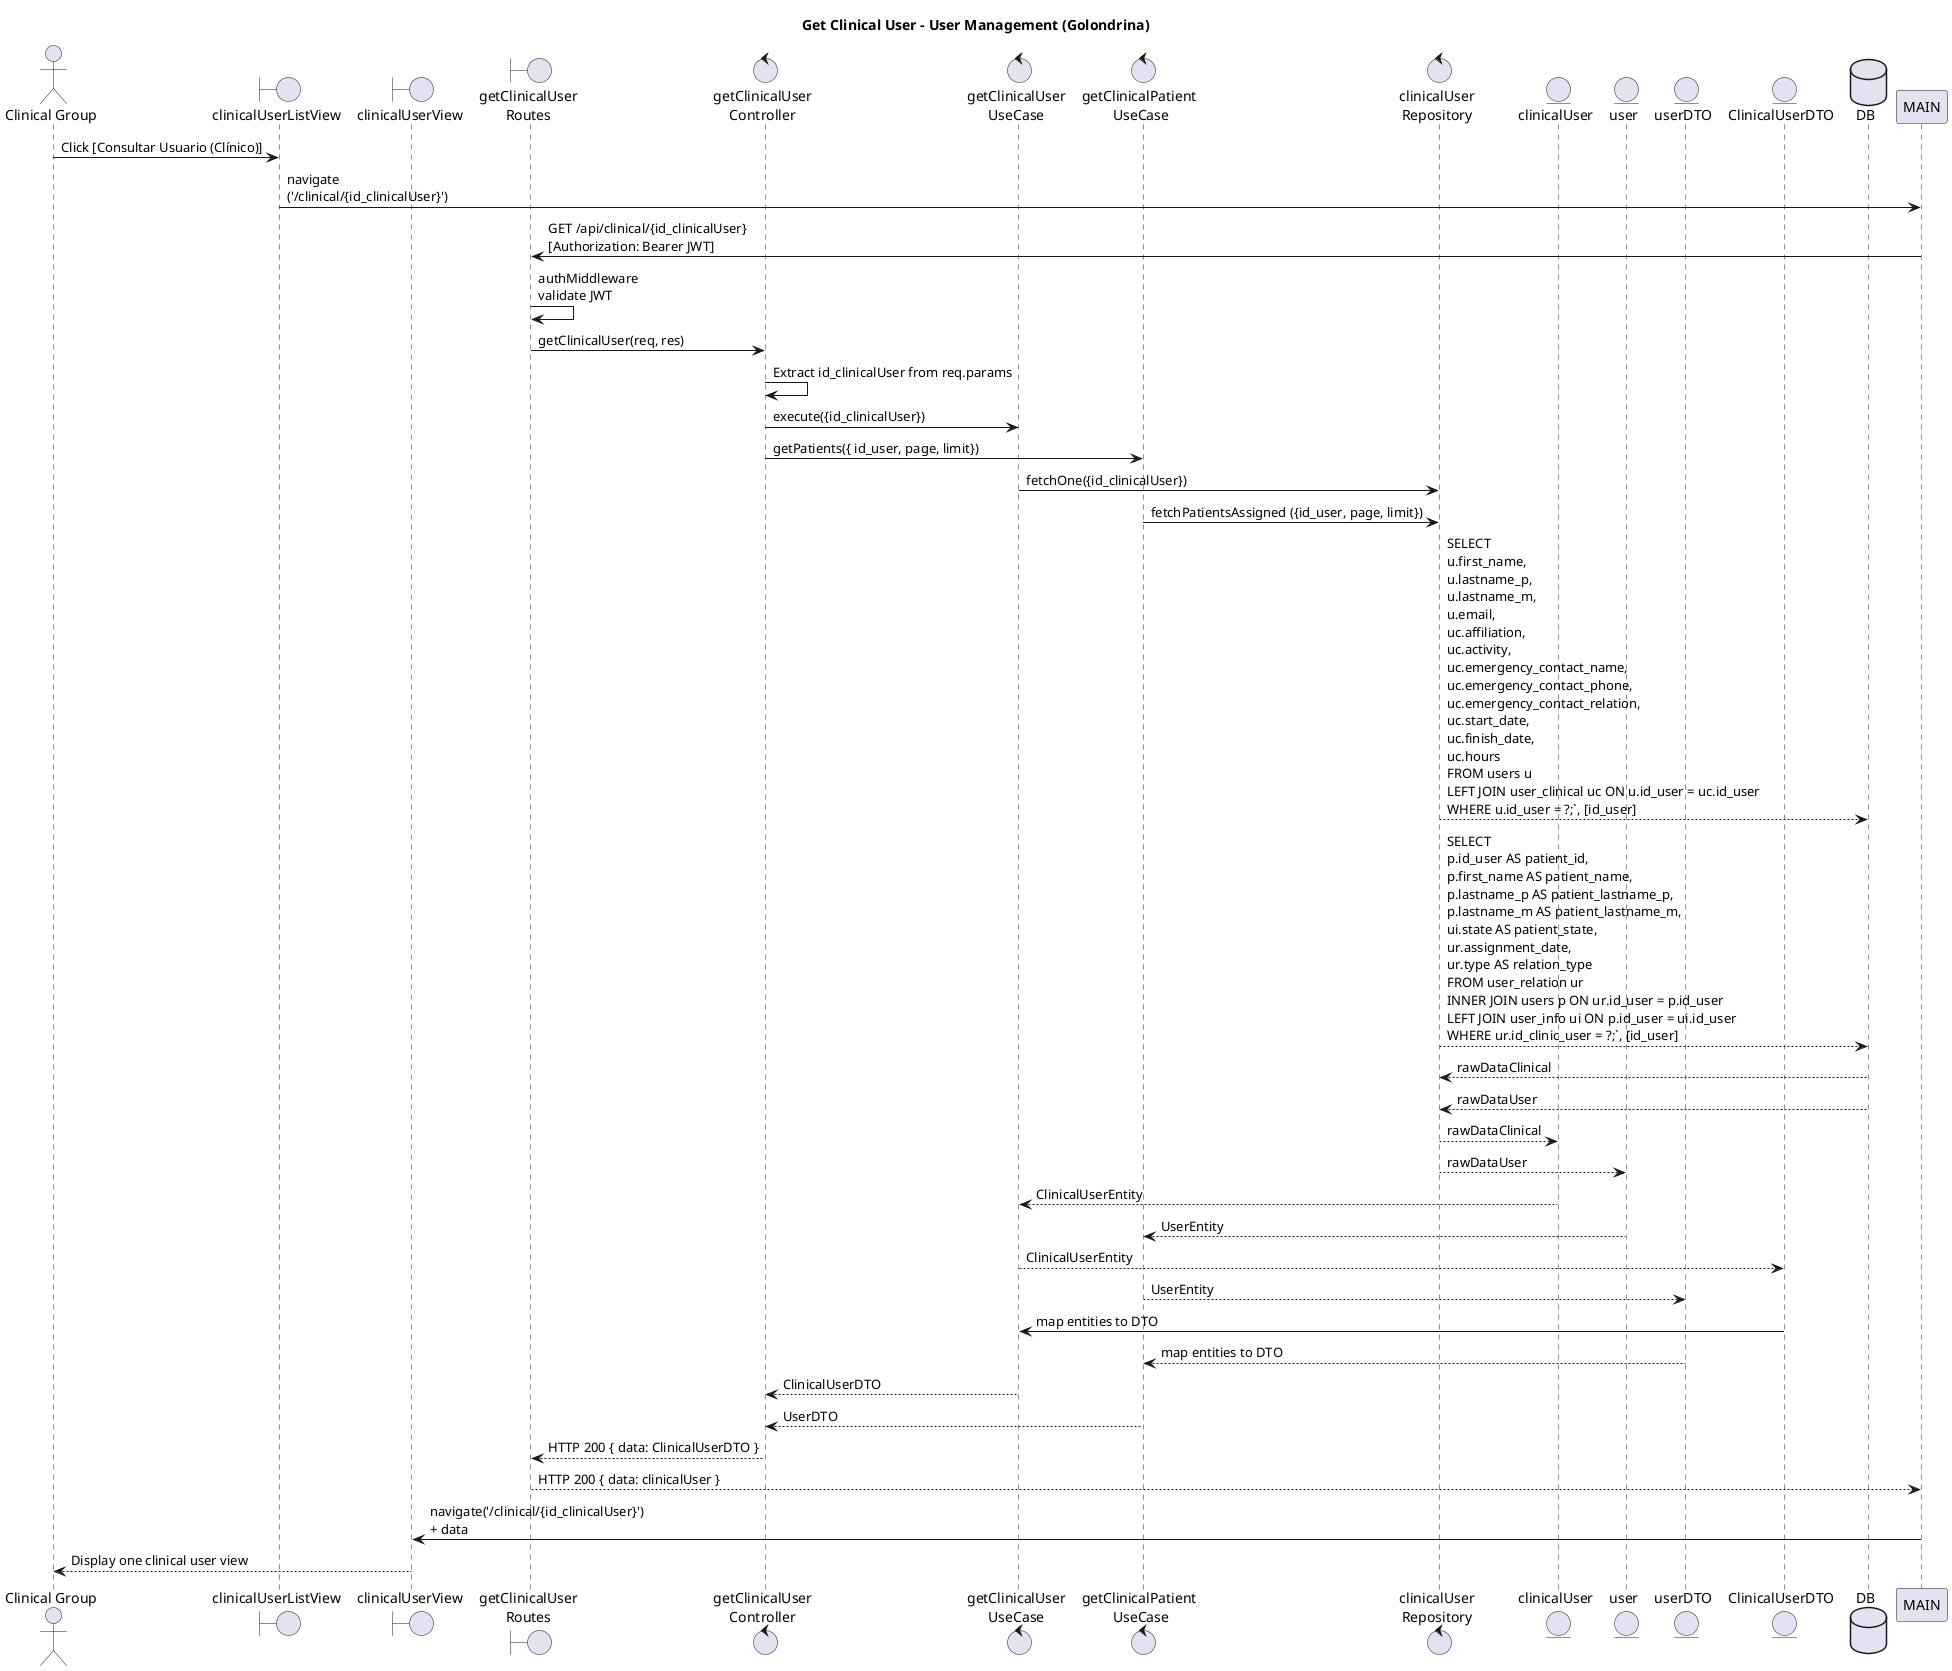
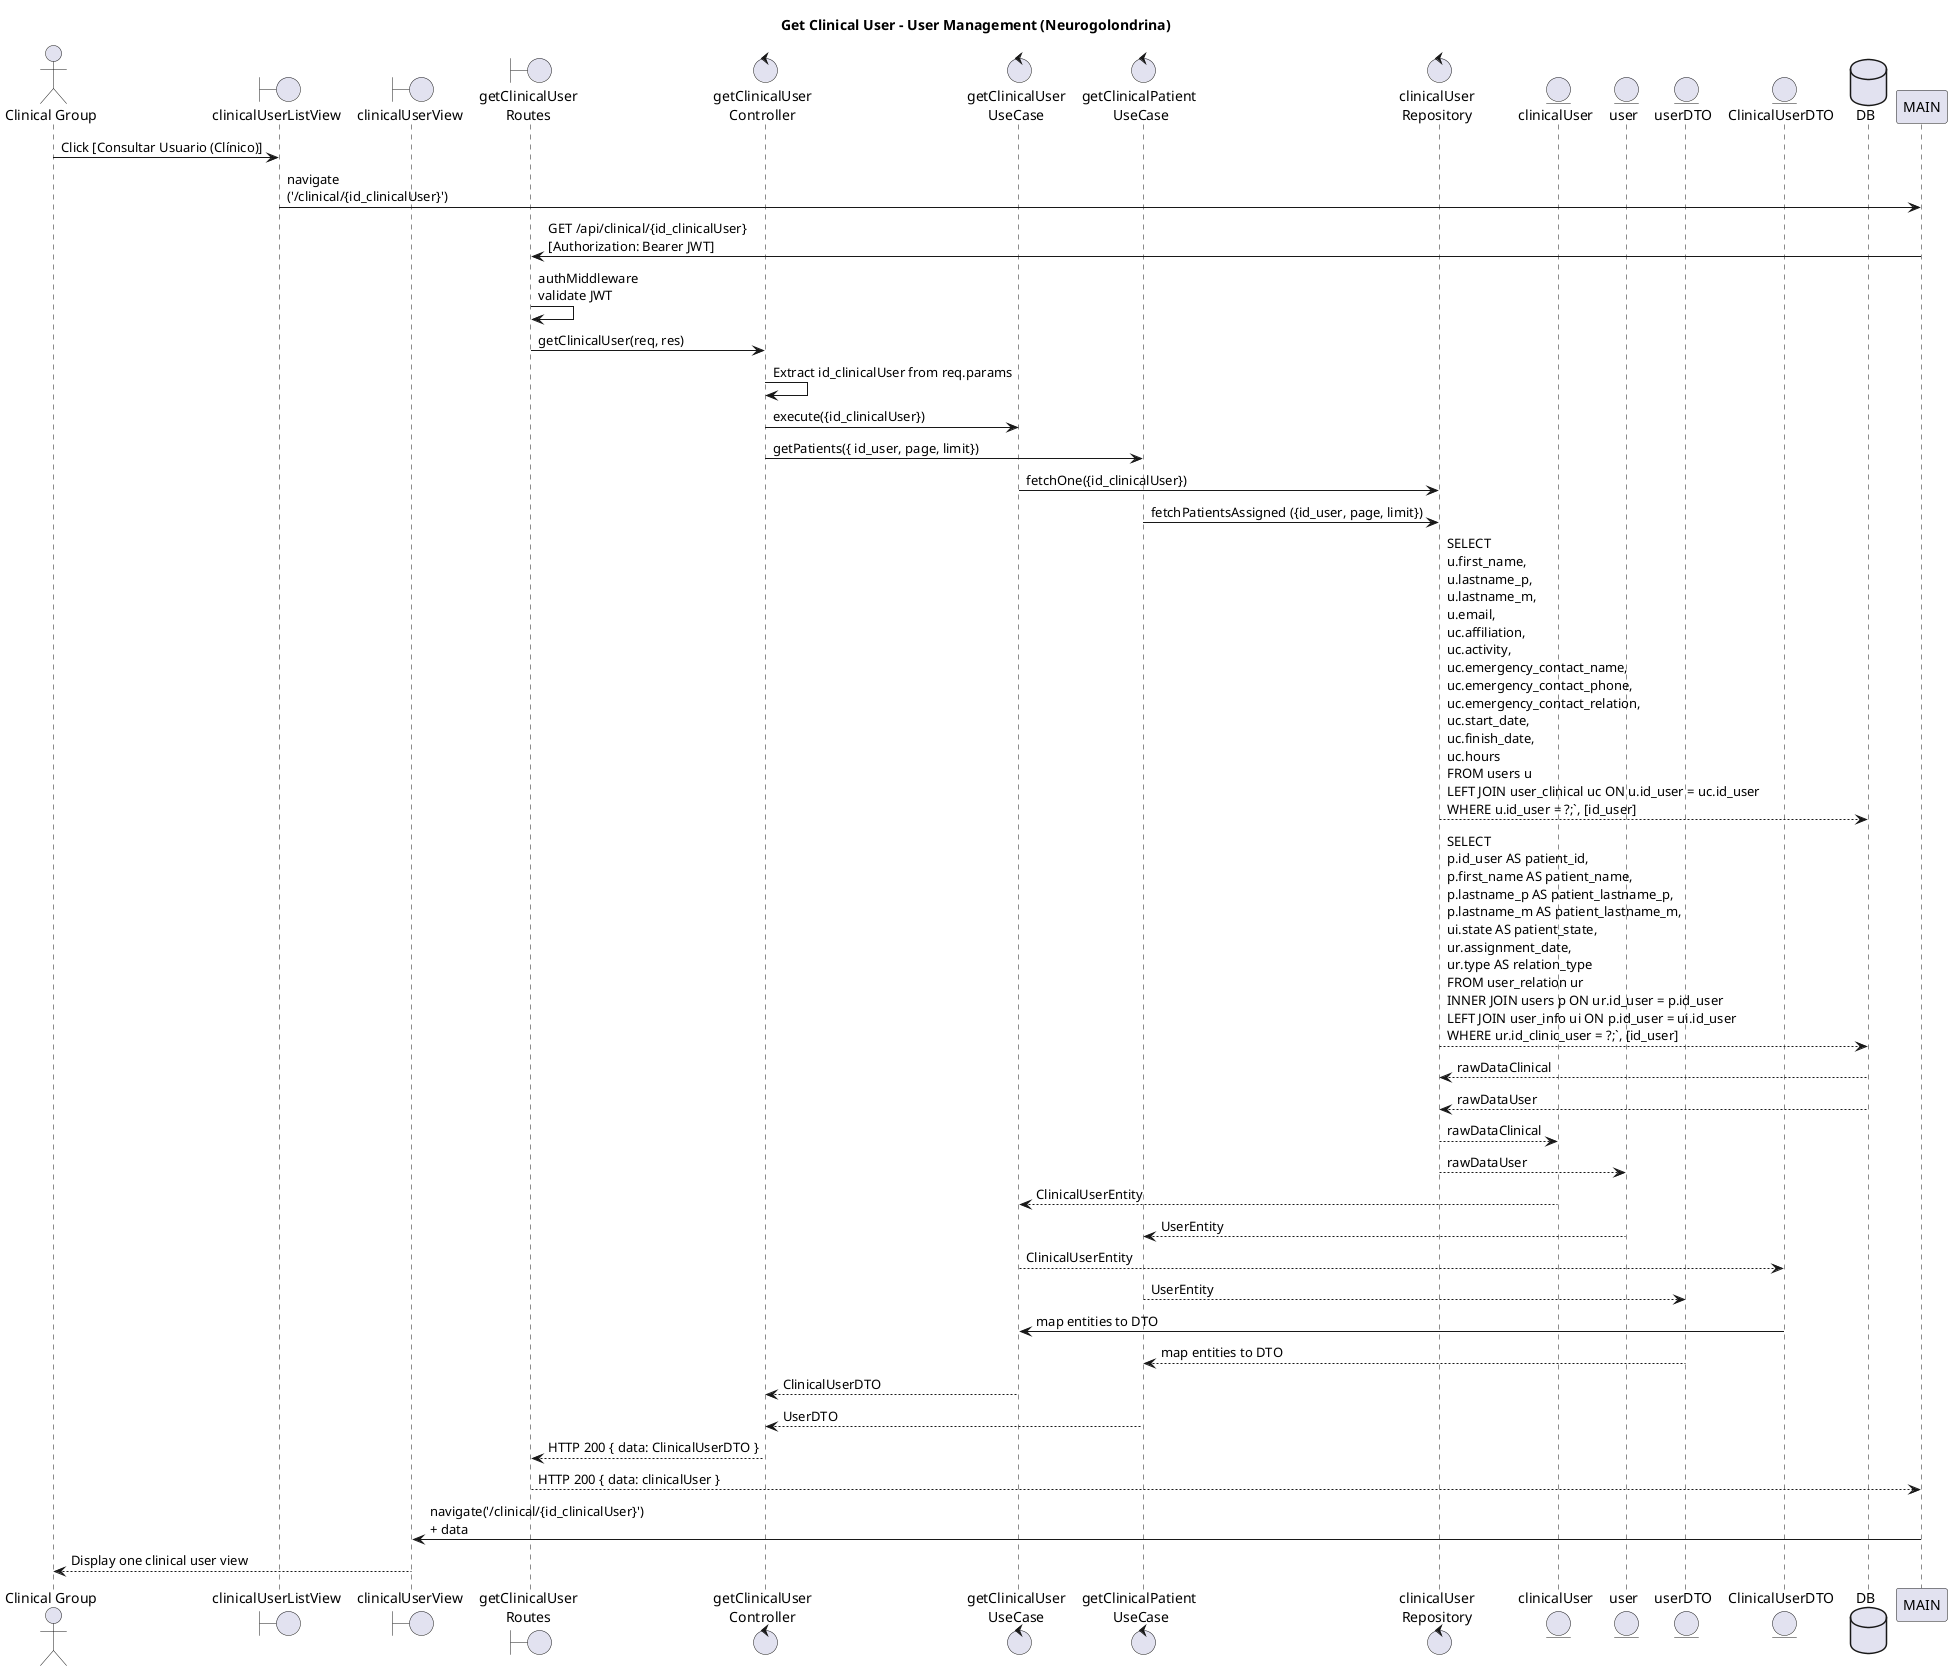
@startuml GU05 Get-Clinical-User

- title Get Clinical User - User Management (Golondrina)
+ title Get Clinical User - User Management (Neurogolondrina)

actor "Clinical Group" as CG

boundary "clinicalUserListView" as VUsers
boundary "clinicalUserView" as VOne
boundary "getClinicalUser\nRoutes" as ROUTE
control "getClinicalUser\nController" as CTRL
control "getClinicalUser\nUseCase" as UC
control "getClinicalPatient \nUseCase" as 2UC
control "clinicalUser\nRepository" as REPO
entity "clinicalUser" as ENT
entity "user" as UENT
entity "userDTO" as UDTO
entity "ClinicalUserDTO" as DTO
database DB

CG -> VUsers : Click [Consultar Usuario (Clínico)]
VUsers -> MAIN : navigate\n('/clinical/{id_clinicalUser}')

MAIN -> ROUTE : GET /api/clinical/{id_clinicalUser}\n[Authorization: Bearer JWT]

ROUTE -> ROUTE : authMiddleware\nvalidate JWT
ROUTE -> CTRL : getClinicalUser(req, res)

CTRL -> CTRL : Extract id_clinicalUser from req.params

CTRL -> UC : execute({id_clinicalUser})
CTRL -> 2UC : getPatients({ id_user, page, limit})

UC -> REPO : fetchOne({id_clinicalUser})
2UC -> REPO : fetchPatientsAssigned ({id_user, page, limit})

REPO --> DB : SELECT \nu.first_name, \nu.lastname_p, \nu.lastname_m, \nu.email, \nuc.affiliation, \nuc.activity, \nuc.emergency_contact_name, \nuc.emergency_contact_phone, \nuc.emergency_contact_relation, \nuc.start_date, \nuc.finish_date, \nuc.hours \nFROM users u \nLEFT JOIN user_clinical uc ON u.id_user = uc.id_user \nWHERE u.id_user = ?;`, [id_user]
REPO --> DB : SELECT \np.id_user AS patient_id, \np.first_name AS patient_name, \np.lastname_p AS patient_lastname_p, \np.lastname_m AS patient_lastname_m, \nui.state AS patient_state, \nur.assignment_date, \nur.type AS relation_type \nFROM user_relation ur \nINNER JOIN users p ON ur.id_user = p.id_user \nLEFT JOIN user_info ui ON p.id_user = ui.id_user \nWHERE ur.id_clinic_user = ?;`, [id_user]

DB --> REPO : rawDataClinical
DB --> REPO : rawDataUser

REPO --> ENT : rawDataClinical
REPO --> UENT : rawDataUser


ENT --> UC : ClinicalUserEntity
UENT --> 2UC : UserEntity

UC --> DTO : ClinicalUserEntity
2UC --> UDTO : UserEntity

DTO -> UC : map entities to DTO
UDTO --> 2UC : map entities to DTO

UC --> CTRL : ClinicalUserDTO
2UC --> CTRL : UserDTO

CTRL --> ROUTE : HTTP 200 { data: ClinicalUserDTO }

ROUTE --> MAIN : HTTP 200 { data: clinicalUser }

MAIN -> VOne : navigate('/clinical/{id_clinicalUser}')\n+ data

VOne --> CG : Display one clinical user view

@enduml